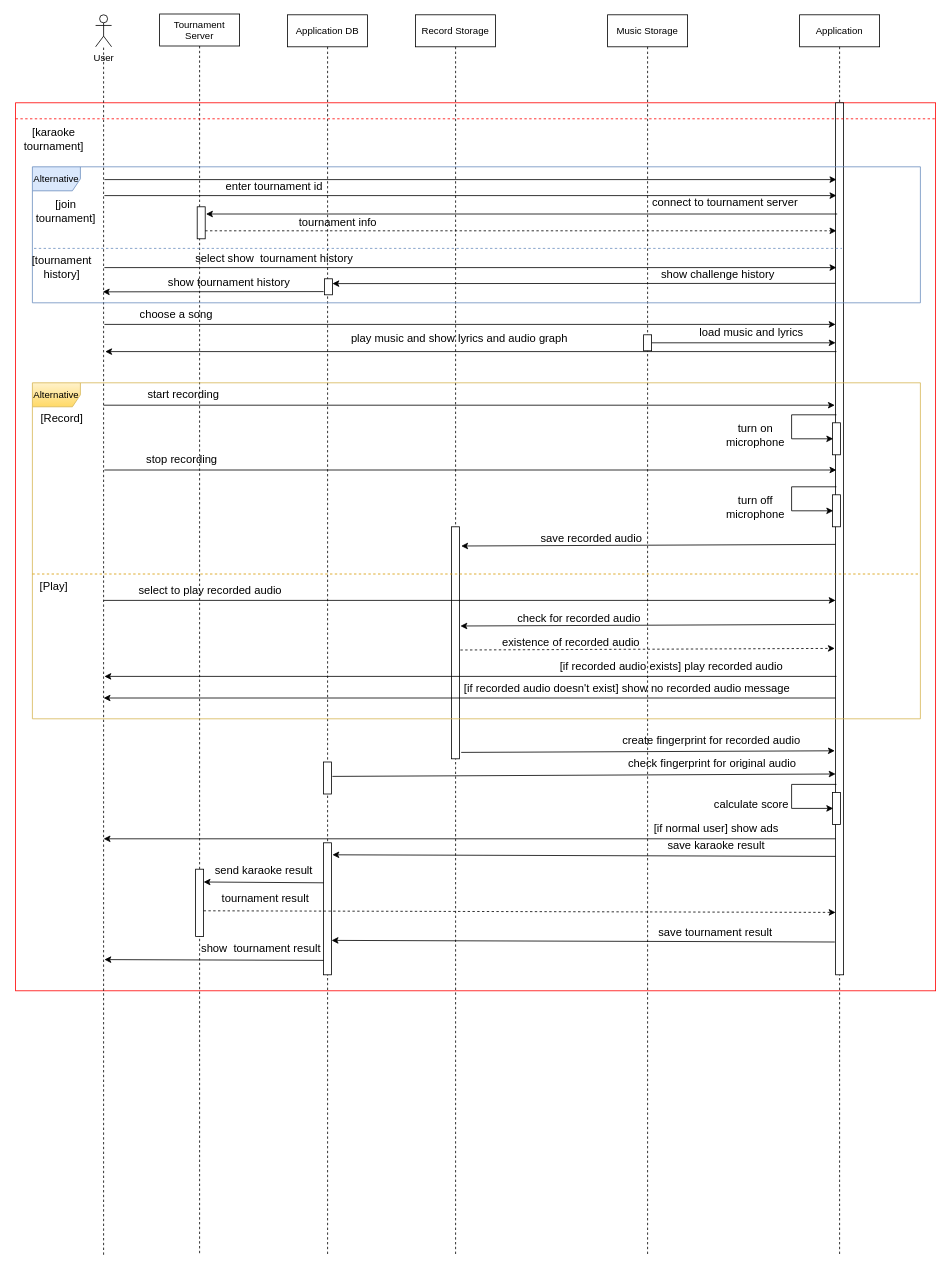
Earlier version of the draw.io diagram page "Page-4" (4 of 4) of System Analysis/PocketKaraoke Sequence Diagram.drawio (FuSan21/PocketKaraoke). Source tidied: cells renumbered, new cells numbered last; positions are measured from the earlier drawing's top-left corner, leaving out a move shared by most shapes. Both pictures are drawn from the tidied source at 80%, with x=0, y=0 at pixel (14, 14).
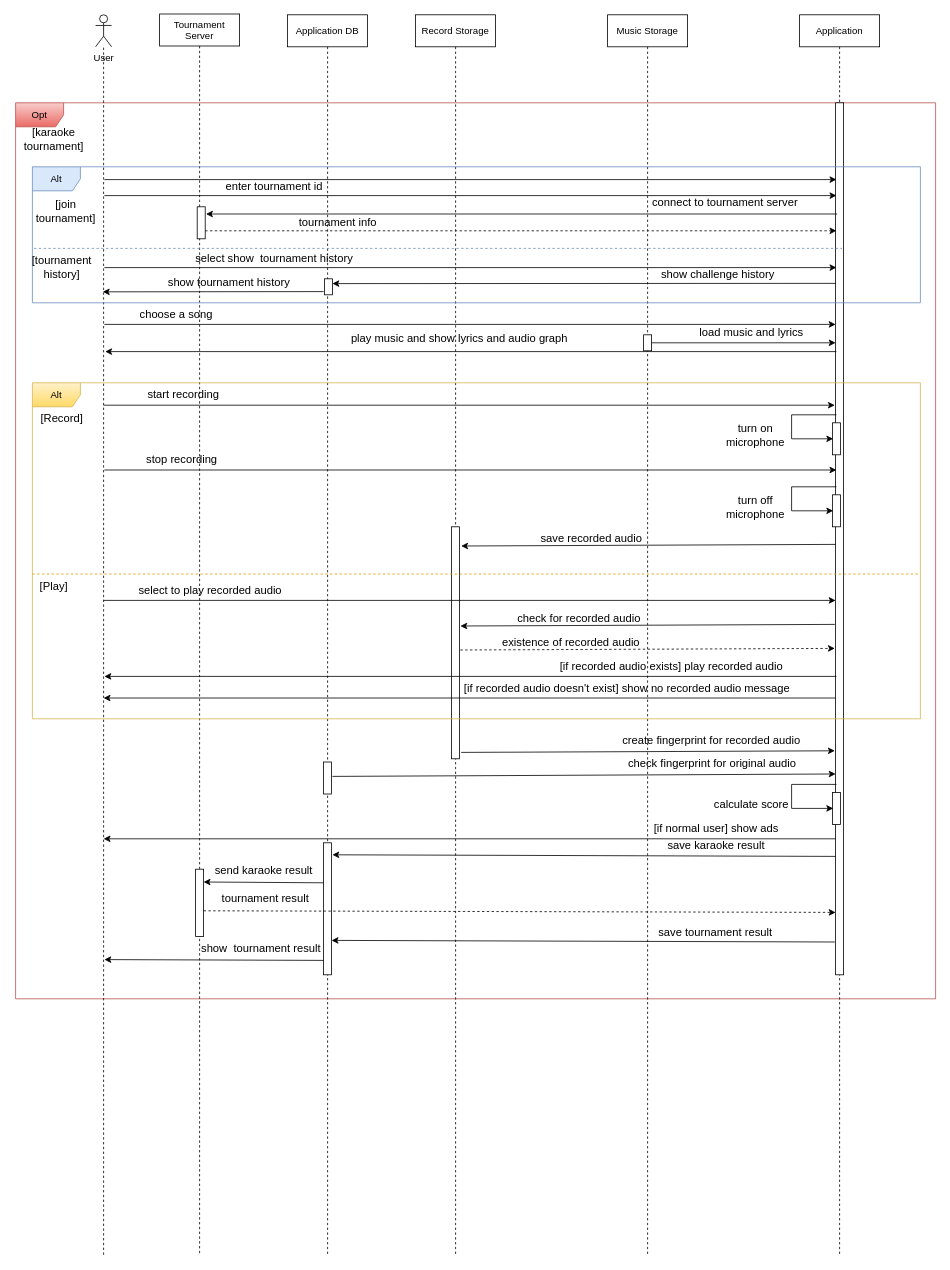
The same diagram, later.

Change to the diagram source:
```diff
@@
-    <mxCell id="2" style="rounded=0;whiteSpace=wrap;html=1;fillColor=none;strokeColor=#FF0000;" parent="1" vertex="1">
-      <mxGeometry x="2" y="111" width="1150" height="1110" as="geometry" />
-    </mxCell>
+    <mxCell id="88" value="Opt" style="shape=umlFrame;whiteSpace=wrap;html=1;strokeColor=#b85450;fillColor=#f8cecc;gradientColor=#ea6b66;" parent="1" vertex="1">
+      <mxGeometry x="2" y="111" width="1150" height="1120" as="geometry" />
+    </mxCell>
@@
-    <mxCell id="16" value="Alternative" style="shape=umlFrame;whiteSpace=wrap;html=1;strokeColor=#d6b656;fillColor=#fff2cc;gradientColor=#ffd966;" parent="1" vertex="1">
+    <mxCell id="16" value="Alt" style="shape=umlFrame;whiteSpace=wrap;html=1;strokeColor=#d6b656;fillColor=#fff2cc;gradientColor=#ffd966;" parent="1" vertex="1">
       <mxGeometry x="23" y="461" width="1110" height="420" as="geometry" />
     </mxCell>
@@
-    <mxCell id="55" value="Alternative" style="shape=umlFrame;whiteSpace=wrap;html=1;strokeColor=#6c8ebf;fillColor=#dae8fc;" parent="1" vertex="1">
+    <mxCell id="55" value="Alt" style="shape=umlFrame;whiteSpace=wrap;html=1;strokeColor=#6c8ebf;fillColor=#dae8fc;" parent="1" vertex="1">
       <mxGeometry x="23" y="191" width="1110" height="170" as="geometry" />
     </mxCell>
@@
-    <mxCell id="70" style="endArrow=none;dashed=1;html=1;rounded=0;exitX=0;exitY=0.102;exitDx=0;exitDy=0;exitPerimeter=0;entryX=1;entryY=0.102;entryDx=0;entryDy=0;entryPerimeter=0;strokeColor=#FF0000;" parent="1" edge="1">
-      <mxGeometry relative="1" as="geometry">
-        <mxPoint x="2" y="131" as="sourcePoint" />
-        <mxPoint x="1152" y="131" as="targetPoint" />
-      </mxGeometry>
-    </mxCell>
```
